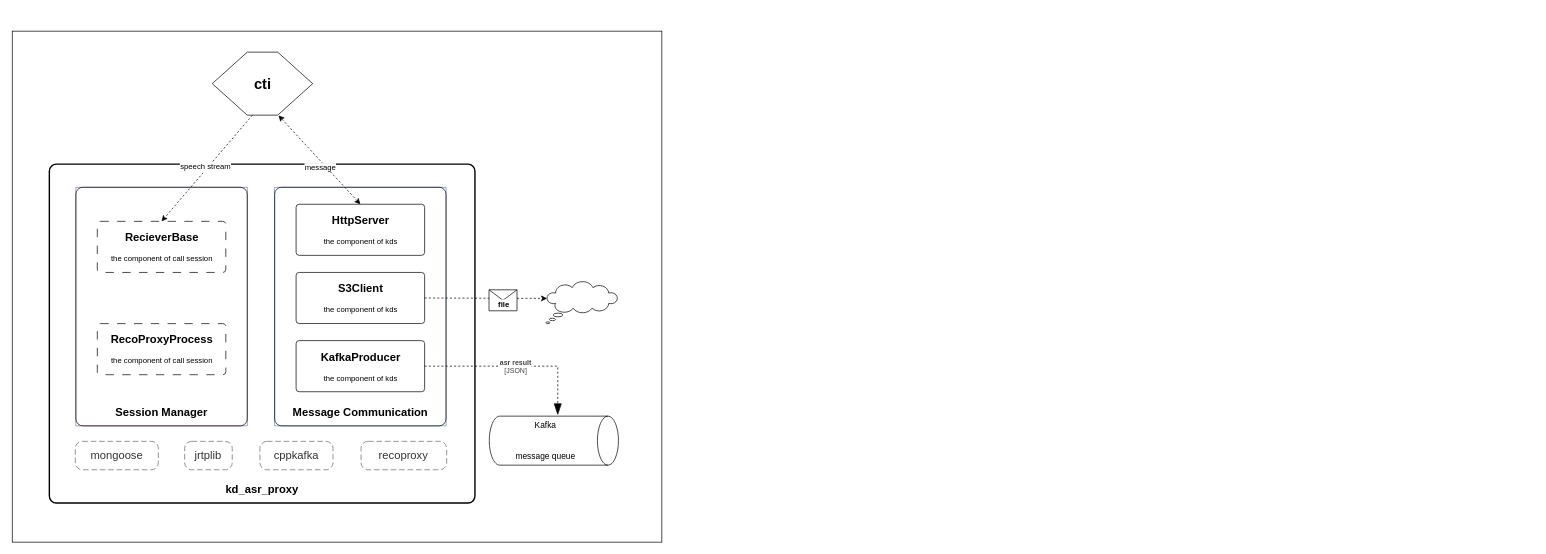
Above: page "第 1 页" (1 of 2) of drawio/kd_asr_proxy.drawio in Hamlee7/develop_env (draw.io), before the change. Source tidied: cells renumbered, new cells numbered last; positions are measured from the earlier drawing's top-left corner, leaving out a move shared by most shapes. Both pictures are drawn from the tidied source at 70%, with x=0, y=0 at pixel (12, 31).
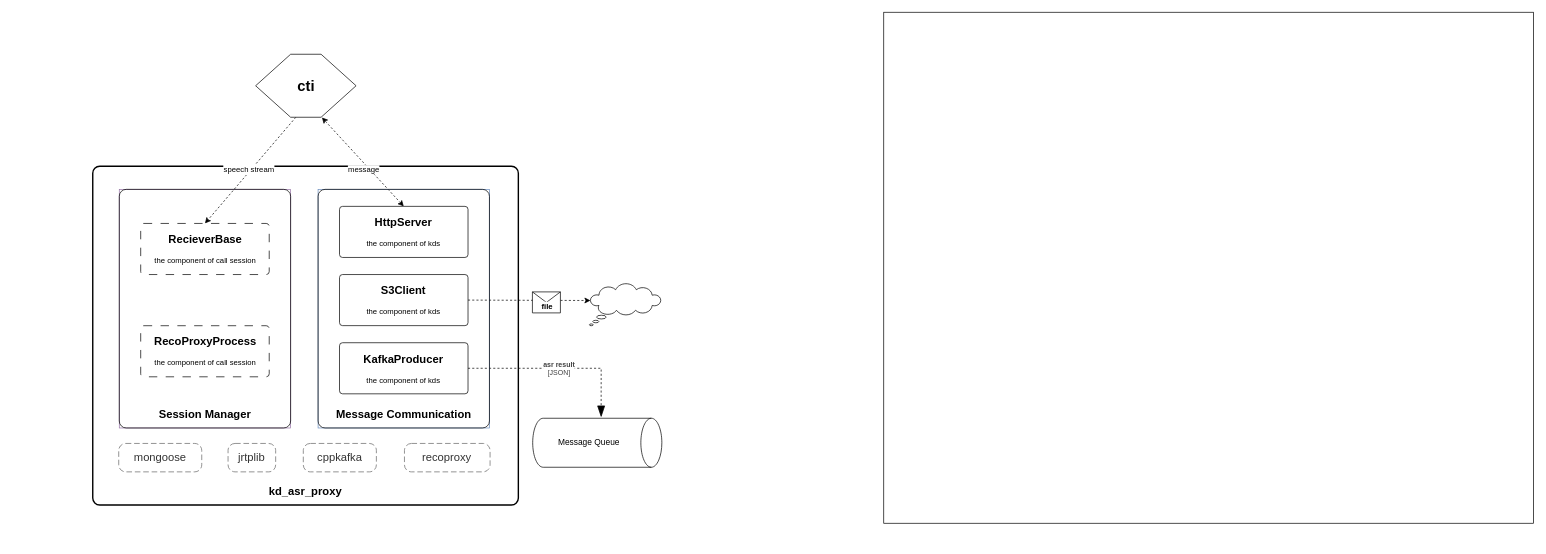
Above is the later version.

Diff of the diagram source:
```diff
@@
-    <mxCell id="2" style="group;" parent="1" vertex="1">
-      <mxGeometry width="928" height="730" as="geometry" />
-    </mxCell>
+    <object id="6" label="&lt;font style=&quot;font-size: 16px&quot;&gt;&lt;span&gt;&lt;div style=&quot;&quot;&gt;%c4Name%&lt;/div&gt;&lt;/span&gt;&lt;/font&gt;&lt;div style=&quot;&quot;&gt;&lt;/div&gt;" c4Name="kd_asr_proxy" placeholders="1">
+      <mxCell style="rounded=1;fontSize=11;whiteSpace=wrap;html=1;arcSize=20;fillColor=default;strokeColor=default;fontColor=default;labelBackgroundColor=none;align=center;verticalAlign=bottom;labelBorderColor=none;spacingTop=0;spacing=10;perimeter=rectanglePerimeter;labelPadding=0;absoluteArcSize=1;strokeWidth=2;fontStyle=1;" parent="1" vertex="1">
+        <mxGeometry x="115" y="193" width="608" height="484" as="geometry" />
+      </mxCell>
+    </object>
-    <mxCell id="3" style="rounded=0;whiteSpace=wrap;html=1;" parent="2" vertex="1">
-      <mxGeometry width="928" height="730" as="geometry" />
+    <mxCell id="3" style="rounded=0;whiteSpace=wrap;html=1;" parent="1" vertex="1">
+      <mxGeometry x="1245" y="-27" width="928" height="730" as="geometry" />
     </mxCell>
-    <mxCell id="4" style="group;fillColor=default;spacingTop=0;" parent="2" vertex="1">
-      <mxGeometry x="53" y="30" width="813" height="644" as="geometry" />
-    </mxCell>
-    <mxCell id="5" style="group;strokeColor=none;labelBorderColor=#FFFFFF;" parent="4" vertex="1">
-      <mxGeometry y="160" width="608" height="484" as="geometry" />
-    </mxCell>
-    <object id="6" label="&lt;font style=&quot;font-size: 16px&quot;&gt;&lt;span&gt;&lt;div style=&quot;&quot;&gt;%c4Name%&lt;/div&gt;&lt;/span&gt;&lt;/font&gt;&lt;div style=&quot;&quot;&gt;&lt;/div&gt;" c4Name="kd_asr_proxy" placeholders="1">
-      <mxCell style="rounded=1;fontSize=11;whiteSpace=wrap;html=1;arcSize=20;fillColor=default;strokeColor=default;fontColor=default;labelBackgroundColor=none;align=center;verticalAlign=bottom;labelBorderColor=none;spacingTop=0;spacing=10;perimeter=rectanglePerimeter;labelPadding=0;absoluteArcSize=1;strokeWidth=2;fontStyle=1;" parent="5" vertex="1">
-        <mxGeometry width="608" height="484" as="geometry" />
-      </mxCell>
-    </object>
+    <object id="20" label="%c4Name%" c4Name="Message Queue" placeholders="1">
+      <mxCell style="shape=cylinder3;size=15;direction=south;whiteSpace=wrap;boundedLbl=1;rounded=0;labelBackgroundColor=none;fillColor=default;fontSize=12;align=center;strokeColor=default;points=[[0.5,0,0],[1,0.25,0],[1,0.5,0],[1,0.75,0],[0.5,1,0],[0,0.75,0],[0,0.5,0],[0,0.25,0]];labelBorderColor=none;textShadow=0;html=1;" parent="1" vertex="1">
+        <mxGeometry x="743.5" y="553" width="184.5" height="70" as="geometry" />
+      </mxCell>
+    </object>
+    <object id="21" label="&lt;div style=&quot;text-align: left&quot;&gt;&lt;div style=&quot;text-align: center&quot;&gt;&lt;b&gt;%c4Description%&lt;/b&gt;&lt;/div&gt;&lt;div style=&quot;text-align: center&quot;&gt;[%c4Technology%]&lt;/div&gt;&lt;/div&gt;" c4Description="asr result" c4Technology="JSON" placeholders="1">
+      <mxCell style="endArrow=blockThin;html=1;fontSize=10;fontColor=#404040;strokeWidth=1;endFill=1;strokeColor=default;elbow=vertical;endSize=14;startSize=14;jumpStyle=arc;jumpSize=16;rounded=0;edgeStyle=orthogonalEdgeStyle;exitX=1;exitY=0.5;exitDx=0;exitDy=0;exitPerimeter=0;entryX=-0.022;entryY=0.47;entryDx=0;entryDy=0;entryPerimeter=0;dashed=1;" parent="1" edge="1" source="17" target="20">
+        <mxGeometry relative="1" as="geometry" />
+      </mxCell>
+    </object>
+    <mxCell id="22" style="whiteSpace=wrap;html=1;shape=mxgraph.basic.cloud_callout;fillColor=default;strokeColor=default;" parent="1" vertex="1">
+      <mxGeometry x="824.5" y="360.8" width="102.5" height="60" as="geometry" />
+    </mxCell>
+    <mxCell id="23" style="endArrow=classic;html=1;rounded=0;exitX=1;exitY=0.5;exitDx=0;exitDy=0;exitPerimeter=0;entryX=0.015;entryY=0.4;entryDx=0;entryDy=0;entryPerimeter=0;dashed=1;" parent="1" edge="1" source="16" target="22">
+      <mxGeometry relative="1" as="geometry" />
+    </mxCell>
+    <mxCell id="24" style="shape=message;html=1;" parent="23" vertex="1">
+      <mxGeometry width="40" height="30" relative="1" as="geometry">
+        <mxPoint x="5" y="-12" as="offset" />
+      </mxGeometry>
+    </mxCell>
+    <mxCell id="25" value="&lt;b&gt;file&lt;/b&gt;" style="edgeLabel;html=1;align=center;verticalAlign=middle;" parent="23" vertex="1">
+      <mxGeometry x="0.02" y="-1" relative="1" as="geometry">
+        <mxPoint x="23" y="7" as="offset" />
+      </mxGeometry>
+    </mxCell>
+    <mxCell id="29" style="endArrow=classic;html=1;rounded=0;entryX=0.5;entryY=0;entryDx=0;entryDy=0;entryPerimeter=0;dashed=1;exitX=0.4;exitY=1;exitDx=0;exitDy=0;exitPerimeter=0;" parent="1" edge="1" source="27" target="19">
+      <mxGeometry relative="1" as="geometry" />
+    </mxCell>
+    <mxCell id="30" value="Label" style="edgeLabel;html=1;align=center;verticalAlign=middle;" parent="29" vertex="1">
+      <mxGeometry relative="1" as="geometry" />
+    </mxCell>
+    <mxCell id="31" value="speech stream" style="edgeLabel;html=1;align=center;verticalAlign=middle;" parent="29" vertex="1">
+      <mxGeometry y="-4" relative="1" as="geometry" />
+    </mxCell>
+    <mxCell id="32" style="endArrow=classic;startArrow=classic;html=1;rounded=0;exitX=0.5;exitY=0;exitDx=0;exitDy=0;exitPerimeter=0;dashed=1;entryX=0.66;entryY=1.004;entryDx=0;entryDy=0;entryPerimeter=0;" parent="1" edge="1" source="15" target="27">
+      <mxGeometry relative="1" as="geometry" />
+    </mxCell>
+    <mxCell id="33" value="message" style="edgeLabel;html=1;align=center;verticalAlign=middle;" parent="32" vertex="1">
+      <mxGeometry x="0.05" y="1" relative="1" as="geometry">
+        <mxPoint x="5" y="13" as="offset" />
+      </mxGeometry>
+    </mxCell>
     <object id="7" label="&lt;font style=&quot;font-size: 16px&quot;&gt;&lt;span&gt;&lt;div style=&quot;&quot;&gt;%c4Name%&lt;/div&gt;&lt;/span&gt;&lt;/font&gt;&lt;div style=&quot;&quot;&gt;&lt;/div&gt;" c4Name="mongoose" placeholders="1">
-      <mxCell style="rounded=1;fontSize=11;whiteSpace=wrap;html=1;dashed=1;arcSize=20;fillColor=none;strokeColor=#666666;fontColor=#333333;labelBackgroundColor=none;align=center;verticalAlign=middle;labelBorderColor=none;spacingTop=0;spacing=10;dashPattern=8 4;perimeter=rectanglePerimeter;noLabel=0;labelPadding=0;absoluteArcSize=1;fontStyle=0;" parent="5" vertex="1">
-        <mxGeometry x="37.1" y="396" width="118.6" height="40.6" as="geometry" />
+      <mxCell style="rounded=1;fontSize=11;whiteSpace=wrap;html=1;dashed=1;arcSize=20;fillColor=none;strokeColor=#666666;fontColor=#333333;labelBackgroundColor=none;align=center;verticalAlign=middle;labelBorderColor=none;spacingTop=0;spacing=10;dashPattern=8 4;perimeter=rectanglePerimeter;noLabel=0;labelPadding=0;absoluteArcSize=1;fontStyle=0;" parent="1" vertex="1">
+        <mxGeometry x="152.1" y="589" width="118.6" height="40.6" as="geometry" />
       </mxCell>
     </object>
     <object id="8" label="&lt;font style=&quot;font-size: 16px&quot;&gt;&lt;span&gt;&lt;div style=&quot;&quot;&gt;%c4Name%&lt;/div&gt;&lt;/span&gt;&lt;/font&gt;&lt;div style=&quot;&quot;&gt;&lt;/div&gt;" c4Name="cppkafka" placeholders="1">
-      <mxCell style="rounded=1;fontSize=11;whiteSpace=wrap;html=1;dashed=1;arcSize=20;fillColor=none;strokeColor=#666666;fontColor=#333333;labelBackgroundColor=none;align=center;verticalAlign=middle;labelBorderColor=none;spacingTop=0;spacing=10;dashPattern=8 4;perimeter=rectanglePerimeter;noLabel=0;labelPadding=0;absoluteArcSize=1;fontStyle=0;" parent="5" vertex="1">
-        <mxGeometry x="300.8" y="396" width="104.4" height="40.6" as="geometry" />
+      <mxCell style="rounded=1;fontSize=11;whiteSpace=wrap;html=1;dashed=1;arcSize=20;fillColor=none;strokeColor=#666666;fontColor=#333333;labelBackgroundColor=none;align=center;verticalAlign=middle;labelBorderColor=none;spacingTop=0;spacing=10;dashPattern=8 4;perimeter=rectanglePerimeter;noLabel=0;labelPadding=0;absoluteArcSize=1;fontStyle=0;" parent="1" vertex="1">
+        <mxGeometry x="415.8" y="589" width="104.4" height="40.6" as="geometry" />
       </mxCell>
     </object>
     <object id="9" label="&lt;font style=&quot;font-size: 16px&quot;&gt;&lt;span&gt;&lt;div style=&quot;&quot;&gt;%c4Name%&lt;/div&gt;&lt;/span&gt;&lt;/font&gt;&lt;div style=&quot;&quot;&gt;&lt;/div&gt;" c4Name="recoproxy" placeholders="1">
-      <mxCell style="rounded=1;fontSize=11;whiteSpace=wrap;html=1;dashed=1;arcSize=20;fillColor=none;strokeColor=#666666;fontColor=#333333;labelBackgroundColor=none;align=center;verticalAlign=middle;labelBorderColor=none;spacingTop=0;spacing=10;dashPattern=8 4;perimeter=rectanglePerimeter;noLabel=0;labelPadding=0;absoluteArcSize=1;fontStyle=0;" parent="5" vertex="1">
-        <mxGeometry x="445.3" y="396" width="122.3" height="40.6" as="geometry" />
+      <mxCell style="rounded=1;fontSize=11;whiteSpace=wrap;html=1;dashed=1;arcSize=20;fillColor=none;strokeColor=#666666;fontColor=#333333;labelBackgroundColor=none;align=center;verticalAlign=middle;labelBorderColor=none;spacingTop=0;spacing=10;dashPattern=8 4;perimeter=rectanglePerimeter;noLabel=0;labelPadding=0;absoluteArcSize=1;fontStyle=0;" parent="1" vertex="1">
+        <mxGeometry x="560.3" y="589" width="122.3" height="40.6" as="geometry" />
       </mxCell>
     </object>
     <object id="10" label="&lt;font style=&quot;font-size: 16px&quot;&gt;&lt;span&gt;&lt;div style=&quot;&quot;&gt;%c4Name%&lt;/div&gt;&lt;/span&gt;&lt;/font&gt;&lt;div style=&quot;&quot;&gt;&lt;/div&gt;" c4Name="jrtplib" placeholders="1">
-      <mxCell style="rounded=1;fontSize=11;whiteSpace=wrap;html=1;dashed=1;arcSize=20;fillColor=none;strokeColor=#666666;fontColor=#333333;labelBackgroundColor=none;align=center;verticalAlign=middle;labelBorderColor=none;spacingTop=0;spacing=10;dashPattern=8 4;perimeter=rectanglePerimeter;noLabel=0;labelPadding=0;absoluteArcSize=1;fontStyle=0;" parent="5" vertex="1">
-        <mxGeometry x="193.3" y="396" width="68" height="40.6" as="geometry" />
+      <mxCell style="rounded=1;fontSize=11;whiteSpace=wrap;html=1;dashed=1;arcSize=20;fillColor=none;strokeColor=#666666;fontColor=#333333;labelBackgroundColor=none;align=center;verticalAlign=middle;labelBorderColor=none;spacingTop=0;spacing=10;dashPattern=8 4;perimeter=rectanglePerimeter;noLabel=0;labelPadding=0;absoluteArcSize=1;fontStyle=0;" parent="1" vertex="1">
+        <mxGeometry x="308.3" y="589" width="68" height="40.6" as="geometry" />
       </mxCell>
     </object>
-    <mxCell id="11" style="group;align=center;fillColor=none;strokeColor=#9673a6;" parent="5" vertex="1">
-      <mxGeometry x="37.9" y="33" width="244.8" height="340.9" as="geometry" />
+    <mxCell id="11" style="group;align=center;fillColor=none;strokeColor=#9673a6;" parent="1" vertex="1">
+      <mxGeometry x="152.9" y="226" width="244.8" height="340.9" as="geometry" />
     </mxCell>
     <object id="12" label="&lt;font style=&quot;font-size: 16px&quot;&gt;&lt;b&gt;%c4Name%&lt;/b&gt;&lt;/font&gt;&lt;div&gt;&lt;/div&gt;&lt;br&gt;&lt;div&gt;&lt;font style=&quot;font-size: 11px&quot;&gt;%c4Description%&lt;/font&gt;&lt;/div&gt;" c4Description="the component of call session" c4Name="RecoProxyProcess" placeholders="1">
-      <mxCell style="rounded=1;whiteSpace=wrap;html=1;labelBackgroundColor=none;align=center;arcSize=6;shadow=0;dashed=1;dashPattern=12 12;" parent="5" vertex="1">
-        <mxGeometry x="68.5" y="227.8" width="183.6" height="73" as="geometry" />
+      <mxCell style="rounded=1;whiteSpace=wrap;html=1;labelBackgroundColor=none;align=center;arcSize=6;shadow=0;dashed=1;dashPattern=12 12;" parent="1" vertex="1">
+        <mxGeometry x="183.5" y="420.8" width="183.6" height="73" as="geometry" />
       </mxCell>
     </object>
     <object id="13" label="&lt;font style=&quot;font-size: 16px&quot;&gt;&lt;b&gt;&lt;div style=&quot;&quot;&gt;%c4Name%&lt;/div&gt;&lt;/b&gt;&lt;/font&gt;&lt;div style=&quot;&quot;&gt;&lt;/div&gt;" c4Name="Session Manager" placeholders="1">
-      <mxCell style="rounded=1;fontSize=11;whiteSpace=wrap;html=1;arcSize=20;fillColor=none;strokeColor=default;fontColor=default;labelBackgroundColor=none;align=center;verticalAlign=bottom;labelBorderColor=none;spacingTop=0;spacing=10;perimeter=rectanglePerimeter;labelPadding=0;absoluteArcSize=1;shadow=0;" parent="5" vertex="1">
-        <mxGeometry x="37.9" y="33" width="244.8" height="340.9" as="geometry" />
+      <mxCell style="rounded=1;fontSize=11;whiteSpace=wrap;html=1;arcSize=20;fillColor=none;strokeColor=default;fontColor=default;labelBackgroundColor=none;align=center;verticalAlign=bottom;labelBorderColor=none;spacingTop=0;spacing=10;perimeter=rectanglePerimeter;labelPadding=0;absoluteArcSize=1;shadow=0;" parent="1" vertex="1">
+        <mxGeometry x="152.9" y="226" width="244.8" height="340.9" as="geometry" />
       </mxCell>
     </object>
-    <mxCell id="14" style="group;fillColor=none;strokeColor=#6c8ebf;" parent="5" vertex="1">
-      <mxGeometry x="321.9" y="33" width="244.8" height="340.9" as="geometry" />
+    <mxCell id="14" style="group;fillColor=none;strokeColor=#6c8ebf;" parent="1" vertex="1">
+      <mxGeometry x="436.9" y="226" width="244.8" height="340.9" as="geometry" />
     </mxCell>
     <object id="15" label="&lt;font style=&quot;font-size: 16px&quot;&gt;&lt;b&gt;%c4Name%&lt;/b&gt;&lt;/font&gt;&lt;div&gt;&lt;/div&gt;&lt;br&gt;&lt;div&gt;&lt;font style=&quot;font-size: 11px&quot;&gt;%c4Description%&lt;/font&gt;&lt;/div&gt;" c4Description="the component of kds" c4Name="HttpServer" placeholders="1">
-      <mxCell style="rounded=1;whiteSpace=wrap;html=1;labelBackgroundColor=none;align=center;arcSize=6;points=[[0.25,0,0],[0.5,0,0],[0.75,0,0],[1,0.25,0],[1,0.5,0],[1,0.75,0],[0.75,1,0],[0.5,1,0],[0.25,1,0],[0,0.75,0],[0,0.5,0],[0,0.25,0]];shadow=0;glass=0;" parent="5" vertex="1">
-        <mxGeometry x="352.5" y="57.3" width="183.6" height="73" as="geometry" />
+      <mxCell style="rounded=1;whiteSpace=wrap;html=1;labelBackgroundColor=none;align=center;arcSize=6;points=[[0.25,0,0],[0.5,0,0],[0.75,0,0],[1,0.25,0],[1,0.5,0],[1,0.75,0],[0.75,1,0],[0.5,1,0],[0.25,1,0],[0,0.75,0],[0,0.5,0],[0,0.25,0]];shadow=0;glass=0;" parent="1" vertex="1">
+        <mxGeometry x="467.5" y="250.3" width="183.6" height="73" as="geometry" />
       </mxCell>
     </object>
     <object id="16" label="&lt;font style=&quot;font-size: 16px&quot;&gt;&lt;b&gt;%c4Name%&lt;/b&gt;&lt;/font&gt;&lt;div&gt;&lt;/div&gt;&lt;br&gt;&lt;div&gt;&lt;font style=&quot;font-size: 11px&quot;&gt;%c4Description%&lt;/font&gt;&lt;/div&gt;" c4Description="the component of kds" c4Name="S3Client" placeholders="1">
-      <mxCell style="rounded=1;whiteSpace=wrap;html=1;labelBackgroundColor=none;align=center;arcSize=6;points=[[0.25,0,0],[0.5,0,0],[0.75,0,0],[1,0.25,0],[1,0.5,0],[1,0.75,0],[0.75,1,0],[0.5,1,0],[0.25,1,0],[0,0.75,0],[0,0.5,0],[0,0.25,0]];shadow=0;" parent="5" vertex="1">
-        <mxGeometry x="352.5" y="154.7" width="183.6" height="73" as="geometry" />
+      <mxCell style="rounded=1;whiteSpace=wrap;html=1;labelBackgroundColor=none;align=center;arcSize=6;points=[[0.25,0,0],[0.5,0,0],[0.75,0,0],[1,0.25,0],[1,0.5,0],[1,0.75,0],[0.75,1,0],[0.5,1,0],[0.25,1,0],[0,0.75,0],[0,0.5,0],[0,0.25,0]];shadow=0;" parent="1" vertex="1">
+        <mxGeometry x="467.5" y="347.7" width="183.6" height="73" as="geometry" />
       </mxCell>
     </object>
     <object id="17" label="&lt;font style=&quot;font-size: 16px&quot;&gt;&lt;b&gt;%c4Name%&lt;/b&gt;&lt;/font&gt;&lt;div&gt;&lt;/div&gt;&lt;br&gt;&lt;div&gt;&lt;font style=&quot;font-size: 11px&quot;&gt;%c4Description%&lt;/font&gt;&lt;/div&gt;" c4Description="the component of kds" c4Name="KafkaProducer" placeholders="1">
-      <mxCell style="rounded=1;whiteSpace=wrap;html=1;labelBackgroundColor=none;align=center;arcSize=6;points=[[0.25,0,0],[0.5,0,0],[0.75,0,0],[1,0.25,0],[1,0.5,0],[1,0.75,0],[0.75,1,0],[0.5,1,0],[0.25,1,0],[0,0.75,0],[0,0.5,0],[0,0.25,0]];shadow=0;" parent="5" vertex="1">
-        <mxGeometry x="352.5" y="252.1" width="183.6" height="73" as="geometry" />
+      <mxCell style="rounded=1;whiteSpace=wrap;html=1;labelBackgroundColor=none;align=center;arcSize=6;points=[[0.25,0,0],[0.5,0,0],[0.75,0,0],[1,0.25,0],[1,0.5,0],[1,0.75,0],[0.75,1,0],[0.5,1,0],[0.25,1,0],[0,0.75,0],[0,0.5,0],[0,0.25,0]];shadow=0;" parent="1" vertex="1">
+        <mxGeometry x="467.5" y="445.1" width="183.6" height="73" as="geometry" />
       </mxCell>
     </object>
     <object id="18" label="&lt;font style=&quot;font-size: 16px&quot;&gt;&lt;b&gt;&lt;div style=&quot;&quot;&gt;%c4Name%&lt;/div&gt;&lt;/b&gt;&lt;/font&gt;&lt;div style=&quot;&quot;&gt;&lt;/div&gt;" c4Name="Message Communication" placeholders="1">
-      <mxCell style="rounded=1;fontSize=11;whiteSpace=wrap;html=1;arcSize=20;fillColor=none;strokeColor=default;fontColor=default;labelBackgroundColor=none;align=center;verticalAlign=bottom;labelBorderColor=none;spacingTop=0;spacing=10;perimeter=rectanglePerimeter;labelPadding=0;absoluteArcSize=1;shadow=0;" parent="5" vertex="1">
-        <mxGeometry x="321.9" y="33" width="244.8" height="340.9" as="geometry" />
+      <mxCell style="rounded=1;fontSize=11;whiteSpace=wrap;html=1;arcSize=20;fillColor=none;strokeColor=default;fontColor=default;labelBackgroundColor=none;align=center;verticalAlign=bottom;labelBorderColor=none;spacingTop=0;spacing=10;perimeter=rectanglePerimeter;labelPadding=0;absoluteArcSize=1;shadow=0;" parent="1" vertex="1">
+        <mxGeometry x="436.9" y="226" width="244.8" height="340.9" as="geometry" />
       </mxCell>
     </object>
     <object id="19" label="&lt;font style=&quot;font-size: 16px&quot;&gt;&lt;b&gt;%c4Name%&lt;/b&gt;&lt;/font&gt;&lt;div&gt;&lt;/div&gt;&lt;br&gt;&lt;div&gt;&lt;font style=&quot;font-size: 11px&quot;&gt;%c4Description%&lt;/font&gt;&lt;/div&gt;" c4Description="the component of call session" c4Name="RecieverBase" placeholders="1">
-      <mxCell style="rounded=1;whiteSpace=wrap;html=1;labelBackgroundColor=none;align=center;arcSize=6;points=[[0.25,0,0],[0.5,0,0],[0.75,0,0],[1,0.25,0],[1,0.5,0],[1,0.75,0],[0.75,1,0],[0.5,1,0],[0.25,1,0],[0,0.75,0],[0,0.5,0],[0,0.25,0]];shadow=0;dashed=1;dashPattern=12 12;" parent="5" vertex="1">
-        <mxGeometry x="68.5" y="81.7" width="183.6" height="73" as="geometry" />
+      <mxCell style="rounded=1;whiteSpace=wrap;html=1;labelBackgroundColor=none;align=center;arcSize=6;points=[[0.25,0,0],[0.5,0,0],[0.75,0,0],[1,0.25,0],[1,0.5,0],[1,0.75,0],[0.75,1,0],[0.5,1,0],[0.25,1,0],[0,0.75,0],[0,0.5,0],[0,0.25,0]];shadow=0;dashed=1;dashPattern=12 12;" parent="1" vertex="1">
+        <mxGeometry x="183.5" y="274.7" width="183.6" height="73" as="geometry" />
       </mxCell>
     </object>
-    <object id="20" label="%c4Name%&lt;br&gt;&lt;br&gt;&lt;br&gt;%c4Description%" c4Description="message queue" c4Name="Kafka" placeholders="1">
-      <mxCell style="shape=cylinder3;size=15;direction=south;whiteSpace=wrap;boundedLbl=1;rounded=0;labelBackgroundColor=none;fillColor=default;fontSize=12;align=center;strokeColor=default;points=[[0.5,0,0],[1,0.25,0],[1,0.5,0],[1,0.75,0],[0.5,1,0],[0,0.75,0],[0,0.5,0],[0,0.25,0]];labelBorderColor=none;textShadow=0;html=1;" parent="4" vertex="1">
-        <mxGeometry x="628.5" y="520" width="184.5" height="70" as="geometry" />
-      </mxCell>
-    </object>
-    <object id="21" label="&lt;div style=&quot;text-align: left&quot;&gt;&lt;div style=&quot;text-align: center&quot;&gt;&lt;b&gt;%c4Description%&lt;/b&gt;&lt;/div&gt;&lt;div style=&quot;text-align: center&quot;&gt;[%c4Technology%]&lt;/div&gt;&lt;/div&gt;" c4Description="asr result" c4Technology="JSON" placeholders="1">
-      <mxCell style="endArrow=blockThin;html=1;fontSize=10;fontColor=#404040;strokeWidth=1;endFill=1;strokeColor=default;elbow=vertical;endSize=14;startSize=14;jumpStyle=arc;jumpSize=16;rounded=0;edgeStyle=orthogonalEdgeStyle;exitX=1;exitY=0.5;exitDx=0;exitDy=0;exitPerimeter=0;entryX=-0.022;entryY=0.47;entryDx=0;entryDy=0;entryPerimeter=0;dashed=1;" parent="4" edge="1" source="17" target="20">
-        <mxGeometry relative="1" as="geometry" />
-      </mxCell>
-    </object>
-    <mxCell id="22" style="whiteSpace=wrap;html=1;shape=mxgraph.basic.cloud_callout;fillColor=default;strokeColor=default;" parent="4" vertex="1">
-      <mxGeometry x="709.5" y="327.8" width="102.5" height="60" as="geometry" />
-    </mxCell>
-    <mxCell id="23" style="endArrow=classic;html=1;rounded=0;exitX=1;exitY=0.5;exitDx=0;exitDy=0;exitPerimeter=0;entryX=0.015;entryY=0.4;entryDx=0;entryDy=0;entryPerimeter=0;dashed=1;" parent="4" edge="1" source="16" target="22">
-      <mxGeometry relative="1" as="geometry" />
-    </mxCell>
-    <mxCell id="24" style="shape=message;html=1;" parent="23" vertex="1">
-      <mxGeometry width="40" height="30" relative="1" as="geometry">
-        <mxPoint x="5" y="-12" as="offset" />
-      </mxGeometry>
-    </mxCell>
-    <mxCell id="25" value="&lt;b&gt;file&lt;/b&gt;" style="edgeLabel;html=1;align=center;verticalAlign=middle;" parent="23" vertex="1">
-      <mxGeometry x="0.02" y="-1" relative="1" as="geometry">
-        <mxPoint x="23" y="7" as="offset" />
-      </mxGeometry>
-    </mxCell>
-    <mxCell id="26" style="group;" parent="4" vertex="1">
-      <mxGeometry x="232.7" width="143.5" height="90" as="geometry" />
-    </mxCell>
+    <mxCell id="34" style="group;" parent="1" vertex="1">
+      <mxGeometry x="347.7" y="33" width="143.5" height="90" as="geometry" />
+    </mxCell>
-    <mxCell id="27" style="shape=hexagon;size=50;perimeter=hexagonPerimeter2;whiteSpace=wrap;html=1;fixedSize=1;rounded=0;labelBackgroundColor=default;fillColor=default;fontSize=12;fontColor=default;align=center;strokeColor=default;points=[[0.5,0,0],[1,0.25,0],[1,0.5,0],[1,0.75,0],[0.5,1,0],[0,0.75,0],[0,0.5,0],[0,0.25,0]];gradientColor=none;shadow=0;fillStyle=solid;labelBorderColor=default;textShadow=0;" parent="26" vertex="1">
+    <mxCell id="27" style="shape=hexagon;size=50;perimeter=hexagonPerimeter2;whiteSpace=wrap;html=1;fixedSize=1;rounded=0;labelBackgroundColor=default;fillColor=default;fontSize=12;fontColor=default;align=center;strokeColor=default;points=[[0.5,0,0],[1,0.25,0],[1,0.5,0],[1,0.75,0],[0.5,1,0],[0,0.75,0],[0,0.5,0],[0,0.25,0]];gradientColor=none;shadow=0;fillStyle=solid;labelBorderColor=default;textShadow=0;" parent="34" vertex="1">
       <mxGeometry width="143.5" height="90" as="geometry" />
     </mxCell>
-    <mxCell id="28" value="&lt;b&gt;&lt;font style=&quot;font-size: 21px;&quot;&gt;cti&lt;/font&gt;&lt;/b&gt;" style="text;html=1;align=center;verticalAlign=middle;whiteSpace=wrap;rounded=0;" parent="26" vertex="1">
+    <mxCell id="28" value="&lt;b&gt;&lt;font style=&quot;font-size: 21px;&quot;&gt;cti&lt;/font&gt;&lt;/b&gt;" style="text;html=1;align=center;verticalAlign=middle;whiteSpace=wrap;rounded=0;" parent="34" vertex="1">
       <mxGeometry x="41" y="30" width="61.5" height="30" as="geometry" />
     </mxCell>
-    <mxCell id="29" style="endArrow=classic;html=1;rounded=0;entryX=0.5;entryY=0;entryDx=0;entryDy=0;entryPerimeter=0;dashed=1;exitX=0.4;exitY=1;exitDx=0;exitDy=0;exitPerimeter=0;" parent="4" edge="1" source="27" target="19">
-      <mxGeometry relative="1" as="geometry" />
-    </mxCell>
-    <mxCell id="30" value="Label" style="edgeLabel;html=1;align=center;verticalAlign=middle;" parent="29" vertex="1">
-      <mxGeometry relative="1" as="geometry" />
-    </mxCell>
-    <mxCell id="31" value="speech stream" style="edgeLabel;html=1;align=center;verticalAlign=middle;" parent="29" vertex="1">
-      <mxGeometry y="-4" relative="1" as="geometry" />
-    </mxCell>
-    <mxCell id="32" style="endArrow=classic;startArrow=classic;html=1;rounded=0;exitX=0.5;exitY=0;exitDx=0;exitDy=0;exitPerimeter=0;dashed=1;entryX=0.66;entryY=1.004;entryDx=0;entryDy=0;entryPerimeter=0;" parent="4" edge="1" source="15" target="27">
-      <mxGeometry relative="1" as="geometry" />
-    </mxCell>
-    <mxCell id="33" value="message" style="edgeLabel;html=1;align=center;verticalAlign=middle;" parent="32" vertex="1">
-      <mxGeometry x="0.05" y="1" relative="1" as="geometry">
-        <mxPoint x="5" y="13" as="offset" />
-      </mxGeometry>
-    </mxCell>
```
